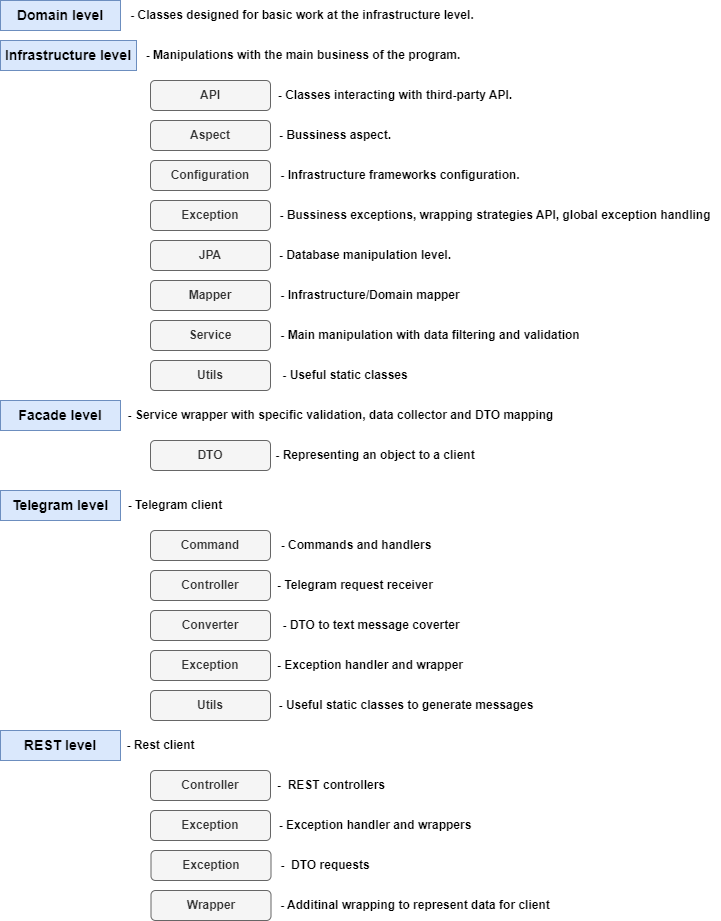
Earlier version of the draw.io export architecture/Bot-Java-Project-Structure.png (SaneaV/Application-Ecosystem-of-Moldavian-Filling-Stations). Source tidied: cells renumbered, new cells last; positions are measured from the earlier drawing's top-left corner, leaving out a move shared by most shapes.
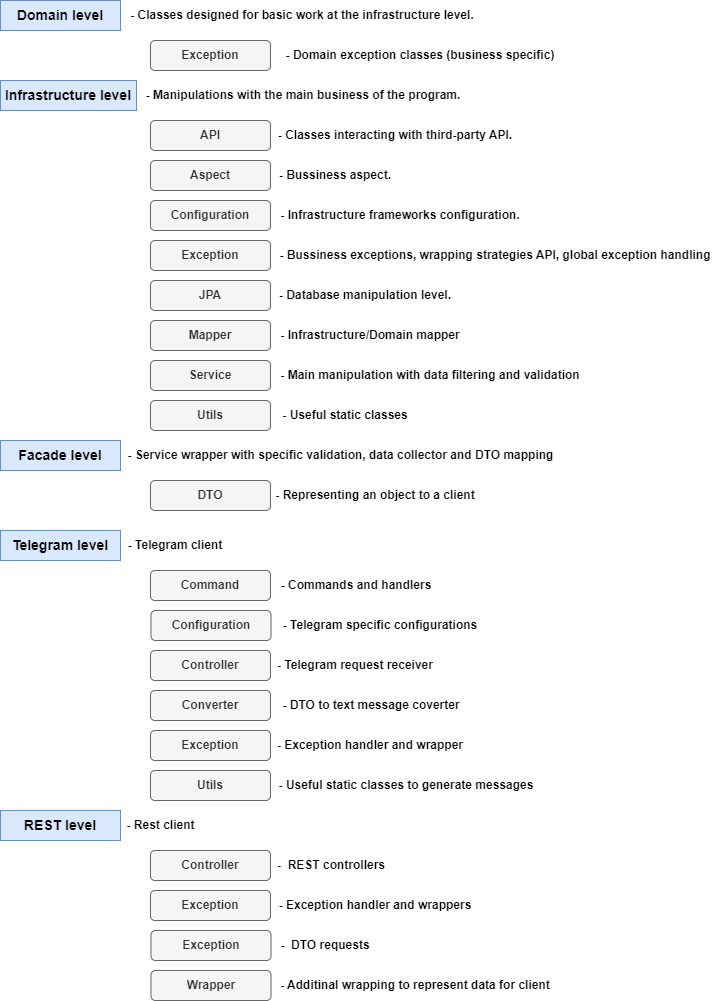
Above is the later version.

Diff of the diagram source:
```diff
@@ -3,7 +3,7 @@
     <mxCell id="0" />
     <mxCell id="1" parent="0" />
     <mxCell id="2" value="&lt;b&gt;&lt;font style=&quot;font-size: 14px;&quot;&gt;Domain level&lt;/font&gt;&lt;/b&gt;" style="rounded=0;whiteSpace=wrap;html=1;fillColor=#dae8fc;strokeColor=#6c8ebf;" parent="1" vertex="1">
-      <mxGeometry width="120" height="30" as="geometry" />
+      <mxGeometry y="-40" width="120" height="30" as="geometry" />
     </mxCell>
     <mxCell id="3" value="&lt;b&gt;&lt;font style=&quot;font-size: 14px;&quot;&gt;Infrastructure level&lt;/font&gt;&lt;/b&gt;" style="rounded=0;whiteSpace=wrap;html=1;fillColor=#dae8fc;strokeColor=#6c8ebf;" parent="1" vertex="1">
       <mxGeometry y="40" width="136" height="30" as="geometry" />
@@ -45,19 +45,19 @@
       <mxGeometry x="150" y="280" width="120" height="30" as="geometry" />
     </mxCell>
     <mxCell id="16" value="&lt;b&gt;Controller&lt;/b&gt;" style="rounded=1;whiteSpace=wrap;html=1;fillColor=#f5f5f5;fontColor=#333333;strokeColor=#666666;" parent="1" vertex="1">
-      <mxGeometry x="150" y="570" width="120" height="30" as="geometry" />
+      <mxGeometry x="150" y="610" width="120" height="30" as="geometry" />
     </mxCell>
     <mxCell id="17" value="&lt;b&gt;Converter&lt;/b&gt;" style="rounded=1;whiteSpace=wrap;html=1;fillColor=#f5f5f5;fontColor=#333333;strokeColor=#666666;" parent="1" vertex="1">
-      <mxGeometry x="150" y="610" width="120" height="30" as="geometry" />
+      <mxGeometry x="150" y="650" width="120" height="30" as="geometry" />
     </mxCell>
     <mxCell id="18" value="&lt;b&gt;Exception&lt;/b&gt;" style="rounded=1;whiteSpace=wrap;html=1;fillColor=#f5f5f5;fontColor=#333333;strokeColor=#666666;" parent="1" vertex="1">
-      <mxGeometry x="150" y="650" width="120" height="30" as="geometry" />
+      <mxGeometry x="150" y="690" width="120" height="30" as="geometry" />
     </mxCell>
     <mxCell id="19" value="&lt;b&gt;Utils&lt;/b&gt;" style="rounded=1;whiteSpace=wrap;html=1;fillColor=#f5f5f5;fontColor=#333333;strokeColor=#666666;" parent="1" vertex="1">
-      <mxGeometry x="150" y="690" width="120" height="30" as="geometry" />
+      <mxGeometry x="150" y="730" width="120" height="30" as="geometry" />
     </mxCell>
     <mxCell id="20" value="&lt;b&gt;-&amp;nbsp;Classes designed for basic work at the infrastructure level.&lt;/b&gt;" style="text;html=1;strokeColor=none;fillColor=none;align=center;verticalAlign=middle;whiteSpace=wrap;rounded=0;" parent="1" vertex="1">
-      <mxGeometry x="120" width="364" height="30" as="geometry" />
+      <mxGeometry x="120" y="-40" width="364" height="30" as="geometry" />
     </mxCell>
     <mxCell id="21" value="&lt;b&gt;- Manipulations with the main business of the program.&lt;/b&gt;" style="text;html=1;strokeColor=none;fillColor=none;align=center;verticalAlign=middle;whiteSpace=wrap;rounded=0;" parent="1" vertex="1">
       <mxGeometry x="136" y="40" width="334" height="30" as="geometry" />
@@ -99,46 +99,58 @@
       <mxGeometry x="270.5" y="530" width="169.5" height="30" as="geometry" />
     </mxCell>
     <mxCell id="34" value="&lt;b&gt;- Telegram request receiver&lt;/b&gt;" style="text;html=1;strokeColor=none;fillColor=none;align=center;verticalAlign=middle;whiteSpace=wrap;rounded=0;" parent="1" vertex="1">
-      <mxGeometry x="270" y="570" width="170" height="30" as="geometry" />
+      <mxGeometry x="270" y="610" width="170" height="30" as="geometry" />
     </mxCell>
     <mxCell id="35" value="&lt;b&gt;- DTO to text message coverter&lt;/b&gt;" style="text;html=1;strokeColor=none;fillColor=none;align=center;verticalAlign=middle;whiteSpace=wrap;rounded=0;" parent="1" vertex="1">
-      <mxGeometry x="270.5" y="610" width="199.5" height="30" as="geometry" />
+      <mxGeometry x="270.5" y="650" width="199.5" height="30" as="geometry" />
     </mxCell>
     <mxCell id="36" value="&lt;b&gt;- Exception handler and wrapper&lt;/b&gt;" style="text;html=1;strokeColor=none;fillColor=none;align=center;verticalAlign=middle;whiteSpace=wrap;rounded=0;" parent="1" vertex="1">
-      <mxGeometry x="270" y="650" width="200" height="30" as="geometry" />
+      <mxGeometry x="270" y="690" width="200" height="30" as="geometry" />
     </mxCell>
     <mxCell id="37" value="&lt;b&gt;- Useful static classes to generate messages&lt;/b&gt;" style="text;html=1;strokeColor=none;fillColor=none;align=center;verticalAlign=middle;whiteSpace=wrap;rounded=0;" parent="1" vertex="1">
-      <mxGeometry x="270.5" y="690" width="269.5" height="30" as="geometry" />
+      <mxGeometry x="270.5" y="730" width="269.5" height="30" as="geometry" />
     </mxCell>
     <mxCell id="38" value="&lt;b&gt;&lt;font style=&quot;font-size: 14px;&quot;&gt;REST level&lt;/font&gt;&lt;/b&gt;" style="rounded=0;whiteSpace=wrap;html=1;fillColor=#dae8fc;strokeColor=#6c8ebf;" parent="1" vertex="1">
-      <mxGeometry y="730" width="120" height="30" as="geometry" />
+      <mxGeometry y="770" width="120" height="30" as="geometry" />
     </mxCell>
     <mxCell id="39" value="&lt;b&gt;- Rest client&lt;/b&gt;" style="text;html=1;strokeColor=none;fillColor=none;align=center;verticalAlign=middle;whiteSpace=wrap;rounded=0;" parent="1" vertex="1">
-      <mxGeometry x="121" y="730" width="79" height="30" as="geometry" />
+      <mxGeometry x="121" y="770" width="79" height="30" as="geometry" />
     </mxCell>
     <mxCell id="40" value="&lt;b&gt;Controller&lt;/b&gt;" style="rounded=1;whiteSpace=wrap;html=1;fillColor=#f5f5f5;fontColor=#333333;strokeColor=#666666;" parent="1" vertex="1">
-      <mxGeometry x="150" y="770" width="120" height="30" as="geometry" />
+      <mxGeometry x="150" y="810" width="120" height="30" as="geometry" />
     </mxCell>
     <mxCell id="41" value="&lt;b&gt;-&amp;nbsp; REST controllers&lt;/b&gt;" style="text;html=1;strokeColor=none;fillColor=none;align=center;verticalAlign=middle;whiteSpace=wrap;rounded=0;" parent="1" vertex="1">
-      <mxGeometry x="270.5" y="770" width="119.5" height="30" as="geometry" />
+      <mxGeometry x="270.5" y="810" width="119.5" height="30" as="geometry" />
     </mxCell>
     <mxCell id="42" value="&lt;b&gt;Exception&lt;/b&gt;" style="rounded=1;whiteSpace=wrap;html=1;fillColor=#f5f5f5;fontColor=#333333;strokeColor=#666666;" parent="1" vertex="1">
-      <mxGeometry x="150" y="810" width="120" height="30" as="geometry" />
+      <mxGeometry x="150" y="850" width="120" height="30" as="geometry" />
     </mxCell>
     <mxCell id="43" value="&lt;b&gt;- Exception handler and wrappers&lt;/b&gt;" style="text;html=1;strokeColor=none;fillColor=none;align=center;verticalAlign=middle;whiteSpace=wrap;rounded=0;" parent="1" vertex="1">
-      <mxGeometry x="270" y="810" width="210" height="30" as="geometry" />
+      <mxGeometry x="270" y="850" width="210" height="30" as="geometry" />
     </mxCell>
     <mxCell id="44" value="&lt;b&gt;Exception&lt;/b&gt;" style="rounded=1;whiteSpace=wrap;html=1;fillColor=#f5f5f5;fontColor=#333333;strokeColor=#666666;" parent="1" vertex="1">
-      <mxGeometry x="150.5" y="850" width="120" height="30" as="geometry" />
+      <mxGeometry x="150.5" y="890" width="120" height="30" as="geometry" />
     </mxCell>
     <mxCell id="45" value="&lt;b&gt;-&amp;nbsp; DTO requests&lt;/b&gt;" style="text;html=1;strokeColor=none;fillColor=none;align=center;verticalAlign=middle;whiteSpace=wrap;rounded=0;" parent="1" vertex="1">
-      <mxGeometry x="270" y="850" width="110" height="30" as="geometry" />
+      <mxGeometry x="270" y="890" width="110" height="30" as="geometry" />
     </mxCell>
     <mxCell id="46" value="&lt;b&gt;Wrapper&lt;/b&gt;" style="rounded=1;whiteSpace=wrap;html=1;fillColor=#f5f5f5;fontColor=#333333;strokeColor=#666666;" parent="1" vertex="1">
-      <mxGeometry x="150.5" y="890" width="120" height="30" as="geometry" />
+      <mxGeometry x="150.5" y="930" width="120" height="30" as="geometry" />
     </mxCell>
     <mxCell id="47" value="&lt;b&gt;- Additinal wrapping to represent data for client&lt;/b&gt;" style="text;html=1;strokeColor=none;fillColor=none;align=center;verticalAlign=middle;whiteSpace=wrap;rounded=0;" parent="1" vertex="1">
-      <mxGeometry x="270" y="890" width="290" height="30" as="geometry" />
+      <mxGeometry x="270" y="930" width="290" height="30" as="geometry" />
     </mxCell>
+    <mxCell id="48" value="&lt;b&gt;Exception&lt;/b&gt;" style="rounded=1;whiteSpace=wrap;html=1;fillColor=#f5f5f5;fontColor=#333333;strokeColor=#666666;" parent="1" vertex="1">
+      <mxGeometry x="150" width="120" height="30" as="geometry" />
+    </mxCell>
+    <mxCell id="49" value="&lt;b&gt;- Domain exception classes (business&amp;nbsp;specific)&lt;/b&gt;" style="text;html=1;strokeColor=none;fillColor=none;align=center;verticalAlign=middle;whiteSpace=wrap;rounded=0;" parent="1" vertex="1">
+      <mxGeometry x="280" width="280" height="30" as="geometry" />
+    </mxCell>
+    <mxCell id="50" value="&lt;b&gt;Configuration&lt;/b&gt;" style="rounded=1;whiteSpace=wrap;html=1;fillColor=#f5f5f5;fontColor=#333333;strokeColor=#666666;" parent="1" vertex="1">
+      <mxGeometry x="150.5" y="570" width="120" height="30" as="geometry" />
+    </mxCell>
+    <mxCell id="51" value="&lt;b&gt;- Telegram specific configurations&lt;/b&gt;" style="text;html=1;strokeColor=none;fillColor=none;align=center;verticalAlign=middle;whiteSpace=wrap;rounded=0;" parent="1" vertex="1">
+      <mxGeometry x="280" y="570" width="200" height="30" as="geometry" />
+    </mxCell>
   </root>
 </mxGraphModel>
```
